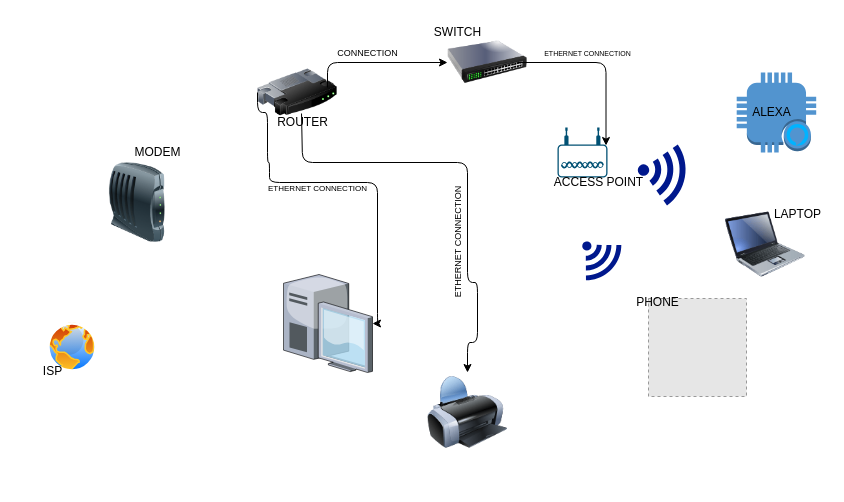
Earlier version of the draw.io diagram Untitled Diagram.drawio (leonisT2/hello-world). Source tidied: cells renumbered, new cells numbered last; positions are measured from the earlier drawing's top-left corner, leaving out a move shared by most shapes. Both pictures are drawn from the tidied source at 100%, with x=0, y=0 at pixel (37, 22). Pictures stored in the file or linked from it are replaced by grey dashed boxes.
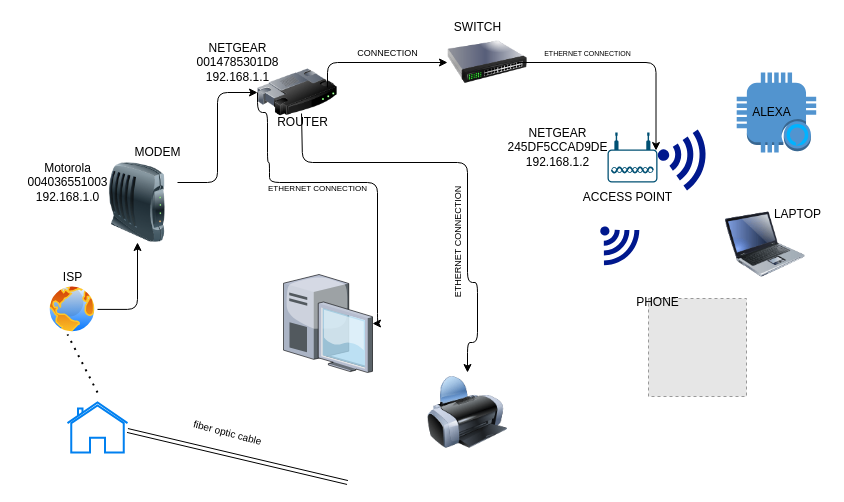
After the change.

The change refers to these unchanged cells:
```xml
<mxCell id="3" style="image;html=1;image=img/lib/clip_art/networking/Modem_128x128.png;" parent="1" vertex="1">
  <mxGeometry x="60" y="140" width="80" height="80" as="geometry" />
</mxCell>
<mxCell id="4" style="image;html=1;image=img/lib/clip_art/networking/Router_128x128.png;rotation=0;labelBorderColor=none;" parent="1" vertex="1">
  <mxGeometry x="220" y="30" width="80" height="80" as="geometry" />
</mxCell>
```

What changed in the source:
```diff
@@
     <mxCell id="2" style="perimeter=ellipsePerimeter;html=1;align=center;shadow=0;dashed=0;spacingTop=3;image;image=img/lib/active_directory/internet_globe.svg;" parent="1" vertex="1">
-      <mxGeometry x="10" y="300" width="50" height="50" as="geometry" />
+      <mxGeometry x="10" y="261.9" width="50" height="50" as="geometry" />
     </mxCell>
@@
     <mxCell id="12" value="SWITCH" style="text;html=1;align=center;verticalAlign=middle;strokeColor=none;" parent="1" vertex="1">
-      <mxGeometry x="390" width="60" height="20" as="geometry" />
+      <mxGeometry x="410" y="-5" width="60" height="20" as="geometry" />
     </mxCell>
@@
     <mxCell id="14" value="ISP" style="text;html=1;align=center;verticalAlign=middle;strokeColor=none;" parent="1" vertex="1">
-      <mxGeometry y="339" width="30" height="20" as="geometry" />
+      <mxGeometry x="20" y="245" width="30" height="20" as="geometry" />
     </mxCell>
@@
     <mxCell id="17" style="points=[[0.03,0.36,0],[0.18,0,0],[0.5,0.34,0],[0.82,0,0],[0.97,0.36,0],[1,0.67,0],[0.975,0.975,0],[0.5,1,0],[0.025,0.975,0],[0,0.67,0]];verticalLabelPosition=bottom;html=1;verticalAlign=top;align=center;shape=mxgraph.cisco19.wireless_access_point;fillColor=#005073;strokeColor=none;" parent="1" vertex="1">
-      <mxGeometry x="520" y="105" width="50" height="50" as="geometry" />
+      <mxGeometry x="570" y="110" width="50" height="50" as="geometry" />
     </mxCell>
     <mxCell id="18" value="ACCESS POINT" style="text;html=1;align=center;verticalAlign=middle;strokeColor=none;" parent="1" vertex="1">
-      <mxGeometry x="511" y="150" width="100" height="20" as="geometry" />
+      <mxGeometry x="540" y="165" width="100" height="20" as="geometry" />
     </mxCell>
     <mxCell id="19" style="shadow=0;dashed=0;html=1;strokeColor=none;labelPosition=center;verticalLabelPosition=bottom;verticalAlign=top;align=center;fillColor=#00188D;shape=mxgraph.mscae.enterprise.wireless_connection;rotation=10;" parent="1" vertex="1">
-      <mxGeometry x="600" y="120" width="52" height="61.9" as="geometry" />
+      <mxGeometry x="620" y="105" width="52" height="61.9" as="geometry" />
     </mxCell>
@@
     <mxCell id="21" style="shadow=0;dashed=0;html=1;strokeColor=none;labelPosition=center;verticalLabelPosition=bottom;verticalAlign=top;align=center;fillColor=#00188D;shape=mxgraph.mscae.enterprise.wireless_connection;rotation=45;" parent="1" vertex="1">
-      <mxGeometry x="540" y="210" width="42" height="50" as="geometry" />
+      <mxGeometry x="558" y="195" width="42" height="50" as="geometry" />
     </mxCell>
@@
     <mxCell id="29" value="&lt;font style=&quot;font-size: 9px&quot;&gt;CONNECTION&lt;/font&gt;&lt;br&gt;" style="text;html=1;align=center;verticalAlign=middle;strokeColor=none;" parent="1" vertex="1">
-      <mxGeometry x="290" y="20" width="80" height="20" as="geometry" />
+      <mxGeometry x="310" y="20" width="80" height="20" as="geometry" />
     </mxCell>
+    <mxCell id="30" style="edgeStyle=segmentEdgeStyle;endArrow=classic;html=1;exitX=1;exitY=0.5;exitDx=0;exitDy=0;" parent="1" edge="1" source="2" target="3">
+      <mxGeometry relative="1" as="geometry" />
+    </mxCell>
+    <mxCell id="31" style="edgeStyle=elbowEdgeStyle;elbow=horizontal;endArrow=classic;html=1;exitX=1;exitY=0.25;exitDx=0;exitDy=0;" parent="1" edge="1" source="3" target="4">
+      <mxGeometry relative="1" as="geometry" />
+    </mxCell>
+    <mxCell id="32" style="html=1;verticalLabelPosition=bottom;align=center;labelBackgroundColor=#ffffff;verticalAlign=top;strokeWidth=2;strokeColor=#0080F0;shadow=0;dashed=0;shape=mxgraph.ios7.icons.home;" parent="1" vertex="1">
+      <mxGeometry x="30" y="380" width="60" height="50" as="geometry" />
+    </mxCell>
+    <mxCell id="33" style="shape=link;html=1;exitX=1;exitY=0.56;exitDx=0;exitDy=0;exitPerimeter=0;" parent="1" edge="1" source="32">
+      <mxGeometry relative="1" as="geometry">
+        <mxPoint x="310" y="460" as="targetPoint" />
+      </mxGeometry>
+    </mxCell>
+    <mxCell id="34" value="&lt;font style=&quot;font-size: 10px&quot;&gt;fiber optic cable&lt;/font&gt;" style="text;html=1;align=center;verticalAlign=middle;strokeColor=none;rotation=15;" parent="1" vertex="1">
+      <mxGeometry x="145" y="400" width="90" height="20" as="geometry" />
+    </mxCell>
+    <mxCell id="35" style="endArrow=none;dashed=1;html=1;dashPattern=1 3;strokeWidth=2;" parent="1" edge="1">
+      <mxGeometry relative="1" as="geometry">
+        <mxPoint x="60" y="370" as="sourcePoint" />
+        <mxPoint x="30" y="311.9" as="targetPoint" />
+      </mxGeometry>
+    </mxCell>
+    <mxCell id="36" value="Motorola&lt;br&gt;004036551003&lt;br&gt;192.168.1.0" style="text;html=1;align=center;verticalAlign=middle;strokeColor=none;" parent="1" vertex="1">
+      <mxGeometry x="-20" y="135" width="100" height="50" as="geometry" />
+    </mxCell>
+    <mxCell id="37" value="NETGEAR&lt;br&gt;0014785301D8&lt;br&gt;192.168.1.1" style="text;html=1;align=center;verticalAlign=middle;strokeColor=none;" parent="1" vertex="1">
+      <mxGeometry x="150" y="15" width="100" height="50" as="geometry" />
+    </mxCell>
+    <mxCell id="38" value="NETGEAR&lt;br&gt;245DF5CCAD9DE&lt;br&gt;192.168.1.2" style="text;html=1;align=center;verticalAlign=middle;strokeColor=none;" parent="1" vertex="1">
+      <mxGeometry x="460" y="100" width="120" height="50" as="geometry" />
+    </mxCell>
```
